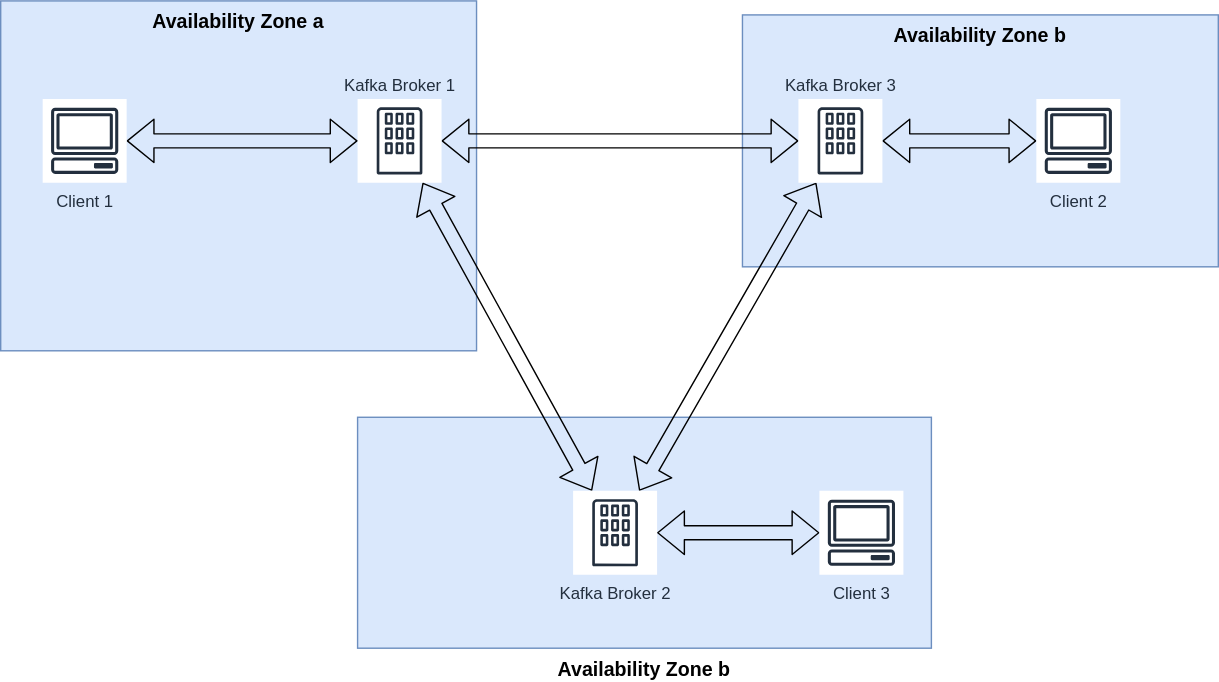
paseaf/kafka-benchmarking keeps this draw.io diagram as diagrams/benchmark-system-setup.drawio.svg. Above is the earlier version. Source tidied: cells renumbered, new cells last; positions are measured from the earlier drawing's top-left corner, leaving out a move shared by most shapes.
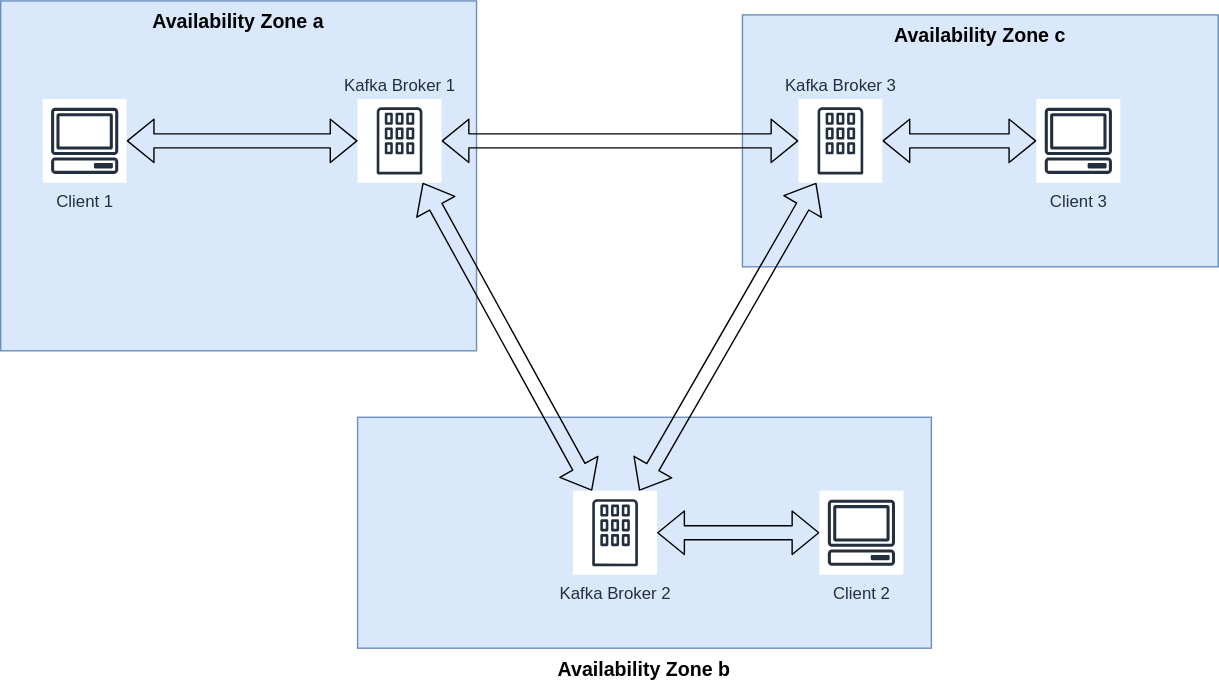
Above is the later version.

Commit message:
fix typos in diagram

What changed in the source:
```diff
@@ -2,7 +2,7 @@
   <root>
     <mxCell id="0" />
     <mxCell id="1" parent="0" />
-    <mxCell id="2" value="Availability Zone b" style="rounded=0;whiteSpace=wrap;html=1;shadow=0;fillColor=#dae8fc;verticalAlign=top;strokeColor=#6c8ebf;fontSize=14;fontStyle=1;" parent="1" vertex="1">
+    <mxCell id="2" value="Availability Zone c" style="rounded=0;whiteSpace=wrap;html=1;shadow=0;fillColor=#dae8fc;verticalAlign=top;strokeColor=#6c8ebf;fontSize=14;fontStyle=1;" parent="1" vertex="1">
       <mxGeometry x="530" y="10" width="340" height="180" as="geometry" />
     </mxCell>
     <mxCell id="3" value="Availability Zone b" style="rounded=0;whiteSpace=wrap;html=1;shadow=0;fillColor=#dae8fc;verticalAlign=top;strokeColor=#6c8ebf;fontSize=14;fontStyle=1;labelPosition=center;verticalLabelPosition=bottom;align=center;horizontal=1;" parent="1" vertex="1">
@@ -26,7 +26,7 @@
     <mxCell id="9" style="edgeStyle=none;shape=flexArrow;html=1;startArrow=block;" parent="1" edge="1" source="15" target="10">
       <mxGeometry relative="1" as="geometry" />
     </mxCell>
-    <mxCell id="10" value="Client 2" style="outlineConnect=0;fontColor=#232F3E;gradientColor=none;strokeColor=#232F3E;fillColor=#ffffff;dashed=0;verticalLabelPosition=bottom;verticalAlign=top;align=center;html=1;fontSize=12;fontStyle=0;shape=mxgraph.aws4.resourceIcon;resIcon=mxgraph.aws4.client;" parent="1" vertex="1">
+    <mxCell id="10" value="Client 3" style="outlineConnect=0;fontColor=#232F3E;gradientColor=none;strokeColor=#232F3E;fillColor=#ffffff;dashed=0;verticalLabelPosition=bottom;verticalAlign=top;align=center;html=1;fontSize=12;fontStyle=0;shape=mxgraph.aws4.resourceIcon;resIcon=mxgraph.aws4.client;" parent="1" vertex="1">
       <mxGeometry x="740" y="70" width="60" height="60" as="geometry" />
     </mxCell>
     <mxCell id="11" style="edgeStyle=none;html=1;shape=flexArrow;startArrow=block;" parent="1" edge="1" source="14" target="6">
@@ -44,7 +44,7 @@
     <mxCell id="15" value="Kafka Broker 3" style="outlineConnect=0;fontColor=#232F3E;gradientColor=none;strokeColor=#232F3E;fillColor=#ffffff;dashed=0;verticalLabelPosition=top;verticalAlign=bottom;align=center;html=1;fontSize=12;fontStyle=0;shape=mxgraph.aws4.resourceIcon;resIcon=mxgraph.aws4.corporate_data_center;labelPosition=center;" parent="1" vertex="1">
       <mxGeometry x="570" y="70" width="60" height="60" as="geometry" />
     </mxCell>
-    <mxCell id="16" value="Client 3" style="outlineConnect=0;fontColor=#232F3E;gradientColor=none;strokeColor=#232F3E;fillColor=#ffffff;dashed=0;verticalLabelPosition=bottom;verticalAlign=top;align=center;html=1;fontSize=12;fontStyle=0;shape=mxgraph.aws4.resourceIcon;resIcon=mxgraph.aws4.client;" parent="1" vertex="1">
+    <mxCell id="16" value="Client 2" style="outlineConnect=0;fontColor=#232F3E;gradientColor=none;strokeColor=#232F3E;fillColor=#ffffff;dashed=0;verticalLabelPosition=bottom;verticalAlign=top;align=center;html=1;fontSize=12;fontStyle=0;shape=mxgraph.aws4.resourceIcon;resIcon=mxgraph.aws4.client;" parent="1" vertex="1">
       <mxGeometry x="585" y="350" width="60" height="60" as="geometry" />
     </mxCell>
   </root>
```
